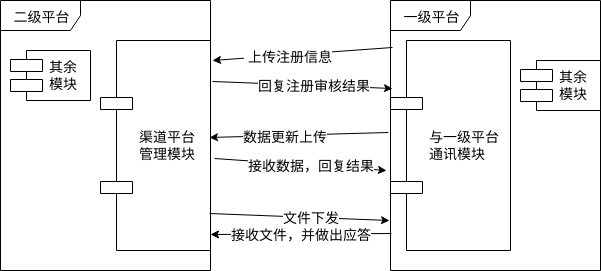
waterwatermelon/graph keeps this draw.io diagram as IOT-communication.png. Above is the earlier version. Source tidied: cells renumbered, new cells last; positions are measured from the earlier drawing's top-left corner, leaving out a move shared by most shapes.
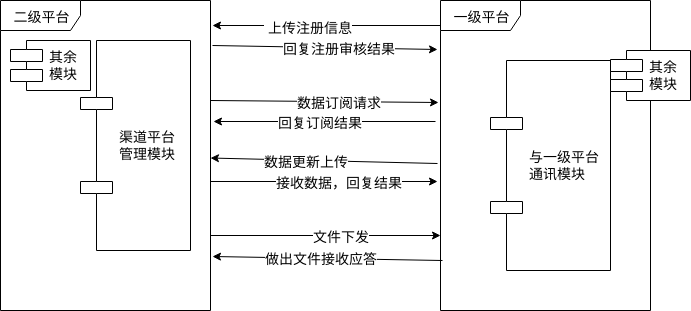
After the commit.

Change to the diagram source:
```diff
@@ -3,64 +3,78 @@
     <mxCell id="0" />
     <mxCell id="1" parent="0" />
     <mxCell id="2" value="&lt;font style=&quot;font-size: 14px&quot;&gt;二级平台&lt;/font&gt;" style="shape=umlFrame;whiteSpace=wrap;html=1;width=80;height=30;" parent="1" vertex="1">
-      <mxGeometry width="210" height="270" as="geometry" />
+      <mxGeometry x="-100" y="-40" width="210" height="310" as="geometry" />
     </mxCell>
     <mxCell id="3" value="&lt;font style=&quot;font-size: 14px&quot;&gt;一级平台&lt;/font&gt;" style="shape=umlFrame;whiteSpace=wrap;html=1;width=80;height=30;" parent="1" vertex="1">
-      <mxGeometry x="390" width="210" height="270" as="geometry" />
+      <mxGeometry x="340" y="-40" width="210" height="310" as="geometry" />
     </mxCell>
     <mxCell id="4" value="渠道平台&#10;管理模块" style="shape=component;align=left;spacingLeft=36;fontSize=14;" parent="1" vertex="1">
-      <mxGeometry x="100" y="40" width="110" height="210" as="geometry" />
+      <mxGeometry x="-20" width="110" height="210" as="geometry" />
     </mxCell>
     <mxCell id="5" value="与一级平台&#10;通讯模块" style="shape=component;align=left;spacingLeft=36;fontSize=14;" parent="1" vertex="1">
-      <mxGeometry x="390" y="40" width="120" height="210" as="geometry" />
+      <mxGeometry x="390" y="20" width="120" height="210" as="geometry" />
     </mxCell>
-    <mxCell id="6" style="endArrow=classic;html=1;fontSize=14;exitX=0.01;exitY=0.174;exitDx=0;exitDy=0;exitPerimeter=0;entryX=1.01;entryY=0.222;entryDx=0;entryDy=0;entryPerimeter=0;" parent="1" edge="1" source="3" target="2">
-      <mxGeometry relative="1" as="geometry" />
-    </mxCell>
+    <mxCell id="20" style="endArrow=classic;html=1;fontSize=14;exitX=0;exitY=0.081;exitDx=0;exitDy=0;exitPerimeter=0;entryX=1.01;entryY=0.081;entryDx=0;entryDy=0;entryPerimeter=0;" parent="1" edge="1" source="3" target="2">
+      <mxGeometry relative="1" as="geometry" />
+    </mxCell>
-    <mxCell id="7" value="&amp;nbsp;&lt;span&gt;上传注册信息&lt;/span&gt;" style="text;html=1;align=center;verticalAlign=middle;labelBackgroundColor=#ffffff;fontSize=14;" parent="6" vertex="1">
+    <mxCell id="7" value="&amp;nbsp;&lt;span&gt;上传注册信息&lt;/span&gt;" style="text;html=1;align=center;verticalAlign=middle;labelBackgroundColor=#ffffff;fontSize=14;" parent="20" vertex="1">
       <mxGeometry x="0.16" y="1" relative="1" as="geometry" />
     </mxCell>
-    <mxCell id="8" style="endArrow=classic;html=1;fontSize=14;entryX=0.01;entryY=0.326;entryDx=0;entryDy=0;entryPerimeter=0;exitX=1.01;exitY=0.3;exitDx=0;exitDy=0;exitPerimeter=0;" parent="1" edge="1" source="2" target="3">
-      <mxGeometry relative="1" as="geometry" />
-    </mxCell>
+    <mxCell id="21" style="endArrow=classic;html=1;fontSize=14;exitX=1.01;exitY=0.145;exitDx=0;exitDy=0;exitPerimeter=0;entryX=-0.014;entryY=0.158;entryDx=0;entryDy=0;entryPerimeter=0;" parent="1" edge="1" source="2" target="3">
+      <mxGeometry relative="1" as="geometry" />
+    </mxCell>
-    <mxCell id="9" value="&lt;span&gt;回复注册审核结果&lt;/span&gt;" style="text;html=1;align=center;verticalAlign=middle;labelBackgroundColor=#ffffff;fontSize=14;" parent="8" vertex="1">
+    <mxCell id="9" value="&lt;span&gt;回复注册审核结果&lt;/span&gt;" style="text;html=1;align=center;verticalAlign=middle;labelBackgroundColor=#ffffff;fontSize=14;" parent="21" vertex="1">
       <mxGeometry x="0.13" relative="1" as="geometry" />
     </mxCell>
-    <mxCell id="10" style="endArrow=classic;html=1;fontSize=14;entryX=0.995;entryY=0.507;entryDx=0;entryDy=0;entryPerimeter=0;exitX=-0.01;exitY=0.489;exitDx=0;exitDy=0;exitPerimeter=0;" parent="1" edge="1" source="3" target="2">
-      <mxGeometry relative="1" as="geometry" />
-    </mxCell>
+    <mxCell id="22" style="endArrow=classic;html=1;fontSize=14;exitX=-0.014;exitY=0.526;exitDx=0;exitDy=0;exitPerimeter=0;" parent="1" edge="1" source="3" target="2">
+      <mxGeometry relative="1" as="geometry" />
+    </mxCell>
-    <mxCell id="11" value="&lt;span&gt;数据更新上传&lt;/span&gt;&lt;br&gt;" style="text;html=1;align=center;verticalAlign=middle;labelBackgroundColor=#ffffff;fontSize=14;" parent="10" vertex="1">
+    <mxCell id="11" value="&lt;span&gt;数据更新上传&lt;/span&gt;&lt;br&gt;" style="text;html=1;align=center;verticalAlign=middle;labelBackgroundColor=#ffffff;fontSize=14;" parent="22" vertex="1">
       <mxGeometry x="0.16" y="1" relative="1" as="geometry" />
     </mxCell>
-    <mxCell id="12" style="endArrow=classic;html=1;fontSize=14;exitX=1.019;exitY=0.585;exitDx=0;exitDy=0;exitPerimeter=0;" parent="1" edge="1" source="2">
-      <mxGeometry relative="1" as="geometry">
-        <mxPoint x="386" y="170" as="targetPoint" />
-      </mxGeometry>
-    </mxCell>
+    <mxCell id="23" style="endArrow=classic;html=1;fontSize=14;entryX=-0.014;entryY=0.584;entryDx=0;entryDy=0;entryPerimeter=0;" parent="1" edge="1" target="3">
+      <mxGeometry relative="1" as="geometry">
+        <mxPoint x="110" y="141" as="sourcePoint" />
+      </mxGeometry>
+    </mxCell>
-    <mxCell id="13" value="&lt;span&gt;接收数据，回复结果&lt;/span&gt;&lt;br&gt;" style="text;html=1;align=center;verticalAlign=middle;labelBackgroundColor=#ffffff;fontSize=14;" parent="12" vertex="1">
+    <mxCell id="13" value="&lt;span&gt;接收数据，回复结果&lt;/span&gt;&lt;br&gt;" style="text;html=1;align=center;verticalAlign=middle;labelBackgroundColor=#ffffff;fontSize=14;" parent="23" vertex="1">
       <mxGeometry x="0.13" relative="1" as="geometry" />
     </mxCell>
-    <mxCell id="14" style="endArrow=classic;html=1;fontSize=14;exitX=0.005;exitY=0.863;exitDx=0;exitDy=0;exitPerimeter=0;entryX=1;entryY=0.924;entryDx=0;entryDy=0;entryPerimeter=0;" parent="1" edge="1" source="3" target="4">
-      <mxGeometry relative="1" as="geometry" />
-    </mxCell>
-    <mxCell id="15" value="&lt;span&gt;接收文件，并做出应答&lt;/span&gt;" style="text;html=1;align=center;verticalAlign=middle;labelBackgroundColor=#ffffff;fontSize=14;" parent="14" vertex="1">
-      <mxGeometry x="0.24" y="5" relative="1" as="geometry">
-        <mxPoint x="22" y="-5" as="offset" />
-      </mxGeometry>
-    </mxCell>
-    <mxCell id="16" style="endArrow=classic;html=1;fontSize=14;exitX=0.995;exitY=0.789;exitDx=0;exitDy=0;exitPerimeter=0;" parent="1" edge="1" source="2">
-      <mxGeometry relative="1" as="geometry">
-        <mxPoint x="389" y="220" as="targetPoint" />
-      </mxGeometry>
-    </mxCell>
+    <mxCell id="24" style="endArrow=classic;html=1;fontSize=14;entryX=0;entryY=0.758;entryDx=0;entryDy=0;entryPerimeter=0;exitX=1;exitY=0.758;exitDx=0;exitDy=0;exitPerimeter=0;" parent="1" edge="1" source="2" target="3">
+      <mxGeometry relative="1" as="geometry" />
+    </mxCell>
-    <mxCell id="17" value="&lt;span&gt;文件下发&lt;/span&gt;&lt;br&gt;" style="text;html=1;align=center;verticalAlign=middle;labelBackgroundColor=#ffffff;fontSize=14;" parent="16" vertex="1">
+    <mxCell id="17" value="&lt;span&gt;文件下发&lt;/span&gt;&lt;br&gt;" style="text;html=1;align=center;verticalAlign=middle;labelBackgroundColor=#ffffff;fontSize=14;" parent="24" vertex="1">
       <mxGeometry x="0.13" relative="1" as="geometry" />
     </mxCell>
-    <mxCell id="18" value="其余&#10;模块" style="shape=component;align=left;spacingLeft=36;fontSize=14;" parent="1" vertex="1">
-      <mxGeometry x="10" y="50" width="80" height="50" as="geometry" />
-    </mxCell>
-    <mxCell id="19" value="其余&#10;模块" style="shape=component;align=left;spacingLeft=36;fontSize=14;" parent="1" vertex="1">
-      <mxGeometry x="520" y="60" width="80" height="50" as="geometry" />
-    </mxCell>
+    <mxCell id="25" value="其余&#10;模块" style="shape=component;align=left;spacingLeft=36;fontSize=14;" parent="1" vertex="1">
+      <mxGeometry x="-90" width="80" height="50" as="geometry" />
+    </mxCell>
+    <mxCell id="26" value="其余&#10;模块" style="shape=component;align=left;spacingLeft=36;fontSize=14;" parent="1" vertex="1">
+      <mxGeometry x="510" y="10" width="80" height="50" as="geometry" />
+    </mxCell>
+    <mxCell id="27" style="endArrow=classic;html=1;fontSize=14;exitX=1;exitY=0.323;exitDx=0;exitDy=0;exitPerimeter=0;entryX=-0.01;entryY=0.329;entryDx=0;entryDy=0;entryPerimeter=0;" parent="1" edge="1" source="2" target="3">
+      <mxGeometry relative="1" as="geometry" />
+    </mxCell>
+    <mxCell id="28" value="数据订阅请求" style="text;html=1;align=center;verticalAlign=middle;labelBackgroundColor=#ffffff;fontSize=14;" parent="27" vertex="1">
+      <mxGeometry x="0.13" relative="1" as="geometry" />
+    </mxCell>
+    <mxCell id="29" style="endArrow=classic;html=1;fontSize=14;exitX=0.01;exitY=0.839;exitDx=0;exitDy=0;exitPerimeter=0;" parent="1" edge="1" source="3">
+      <mxGeometry relative="1" as="geometry">
+        <mxPoint x="112" y="216" as="targetPoint" />
+      </mxGeometry>
+    </mxCell>
+    <mxCell id="30" value="做出文件接收应答" style="text;html=1;align=center;verticalAlign=middle;labelBackgroundColor=#ffffff;fontSize=14;" parent="29" vertex="1">
+      <mxGeometry x="0.24" y="5" relative="1" as="geometry">
+        <mxPoint x="22" y="-5" as="offset" />
+      </mxGeometry>
+    </mxCell>
+    <mxCell id="31" style="endArrow=classic;html=1;fontSize=14;exitX=-0.024;exitY=0.39;exitDx=0;exitDy=0;exitPerimeter=0;entryX=1.014;entryY=0.39;entryDx=0;entryDy=0;entryPerimeter=0;" parent="1" edge="1" source="3" target="2">
+      <mxGeometry relative="1" as="geometry" />
+    </mxCell>
+    <mxCell id="32" value="回复订阅结果" style="text;html=1;align=center;verticalAlign=middle;labelBackgroundColor=#ffffff;fontSize=14;" parent="31" vertex="1">
+      <mxGeometry x="0.24" y="5" relative="1" as="geometry">
+        <mxPoint x="22" y="-5" as="offset" />
+      </mxGeometry>
+    </mxCell>
   </root>
 </mxGraphModel>
```
